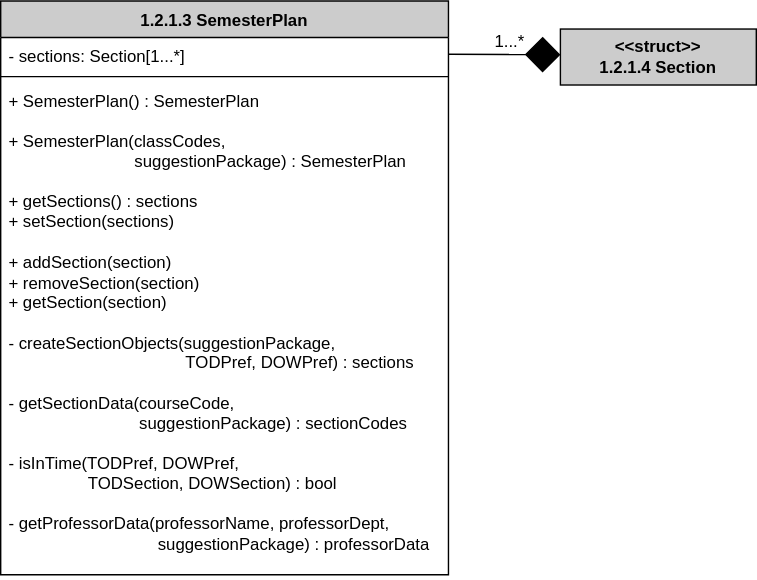
Earlier version of the draw.io export Logic/TeamTwoFiles/1.2.1.4SectionClassDiagram.svg (MckennahPalmer/CSE430). Source tidied: cells renumbered, new cells last; positions are measured from the earlier drawing's top-left corner, leaving out a move shared by most shapes.
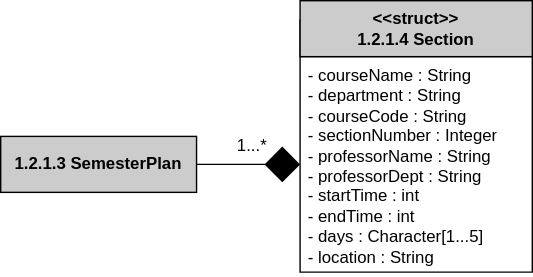
Above is the later version.

Commit message:
Actually fixed broken images.

The edit, as a diff of the source:
```diff
@@ -2,28 +2,23 @@
   <root>
     <mxCell id="0" />
     <mxCell id="1" parent="0" />
-    <mxCell id="2" value="1.2.1.3 SemesterPlan" style="swimlane;fontStyle=1;align=center;verticalAlign=top;horizontal=1;startSize=26;whiteSpace=wrap;html=1;fillColor=#CCCCCC;" parent="1" vertex="1">
-      <mxGeometry width="320" height="410" as="geometry" />
+    <mxCell id="2" value="&lt;b&gt;1.2.1.3 SemesterPlan&lt;/b&gt;" style="rounded=0;whiteSpace=wrap;html=1;fillColor=#CCCCCC;" parent="1" vertex="1">
+      <mxGeometry x="-50" y="493" width="140" height="40" as="geometry" />
     </mxCell>
-    <mxCell id="3" value="- sections: Section[1...*]" style="text;strokeColor=none;fillColor=none;align=left;verticalAlign=top;spacingLeft=4;spacingRight=4;overflow=hidden;points=[[0,0.5],[1,0.5]];portConstraint=eastwest;whiteSpace=wrap;html=1;" parent="2" vertex="1">
-      <mxGeometry y="26" width="320" height="24" as="geometry" />
-    </mxCell>
-    <mxCell id="4" style="line;strokeWidth=1;fillColor=none;align=left;verticalAlign=middle;spacingTop=-1;spacingLeft=3;spacingRight=3;labelPosition=right;strokeColor=inherit;" parent="2" vertex="1">
-      <mxGeometry y="50" width="320" height="8" as="geometry" />
-    </mxCell>
-    <mxCell id="5" value="+ SemesterPlan() : SemesterPlan&lt;br&gt;&lt;br&gt;+ SemesterPlan(classCodes,&lt;br&gt;&lt;span style=&quot;white-space: pre;&quot;&gt;&#9;&lt;/span&gt;&lt;span style=&quot;white-space: pre;&quot;&gt;&#9;&lt;/span&gt;&lt;span style=&quot;white-space: pre;&quot;&gt;&#9;&lt;/span&gt;&amp;nbsp; &amp;nbsp;suggestionPackage) : SemesterPlan&lt;br&gt;&lt;br&gt;+ getSections() : sections&lt;br&gt;+ setSection(sections)&lt;br&gt;&lt;br&gt;+ addSection(section)&lt;br&gt;+ removeSection(section)&lt;br&gt;+ getSection(section)&lt;br&gt;&lt;br&gt;- createSectionObjects(suggestionPackage,&lt;br&gt;&amp;nbsp; &amp;nbsp; &amp;nbsp; &amp;nbsp; &amp;nbsp; &amp;nbsp; &amp;nbsp; &amp;nbsp; &amp;nbsp; &amp;nbsp; &amp;nbsp; &amp;nbsp; &amp;nbsp; &amp;nbsp; &amp;nbsp; &amp;nbsp; &amp;nbsp; &amp;nbsp; &amp;nbsp; TODPref, DOWPref) : sections&lt;br&gt;&lt;br&gt;- getSectionData(courseCode,&lt;br&gt;&amp;nbsp; &amp;nbsp; &amp;nbsp; &amp;nbsp; &amp;nbsp; &amp;nbsp; &amp;nbsp; &amp;nbsp; &amp;nbsp; &amp;nbsp; &amp;nbsp; &amp;nbsp; &amp;nbsp; &amp;nbsp; suggestionPackage) : sectionCodes&lt;br&gt;&lt;br&gt;- isInTime(TODPref, DOWPref,&lt;br&gt;&amp;nbsp; &amp;nbsp; &amp;nbsp; &amp;nbsp; &amp;nbsp; &amp;nbsp; &amp;nbsp; &amp;nbsp; &amp;nbsp;TODSection, DOWSection) : bool&lt;br&gt;&lt;br&gt;- getProfessorData(professorName, professorDept,&lt;br&gt;&amp;nbsp; &amp;nbsp; &amp;nbsp; &amp;nbsp; &amp;nbsp; &amp;nbsp; &amp;nbsp; &amp;nbsp; &amp;nbsp; &amp;nbsp; &amp;nbsp; &amp;nbsp; &amp;nbsp; &amp;nbsp; &amp;nbsp; &amp;nbsp; suggestionPackage) : professorData&lt;div&gt;&lt;br/&gt;&lt;/div&gt;" style="text;strokeColor=none;fillColor=none;align=left;verticalAlign=top;spacingLeft=4;spacingRight=4;overflow=hidden;whiteSpace=wrap;html=1;" parent="2" vertex="1">
-      <mxGeometry y="58" width="320" height="352" as="geometry" />
-    </mxCell>
-    <mxCell id="6" style="endArrow=diamond;html=1;rounded=0;endFill=1;endSize=23;exitX=1;exitY=0.5;exitDx=0;exitDy=0;entryX=0;entryY=0.08;entryDx=0;entryDy=0;entryPerimeter=0;" parent="1" edge="1" source="3">
-      <mxGeometry relative="1" as="geometry">
-        <mxPoint x="400" y="38.3" as="targetPoint" />
-      </mxGeometry>
-    </mxCell>
+    <mxCell id="9" style="endArrow=diamond;html=1;rounded=0;endFill=1;endSize=23;exitX=1;exitY=0.5;exitDx=0;exitDy=0;entryX=0;entryY=0.5;entryDx=0;entryDy=0;" parent="1" edge="1" source="2" target="11">
+      <mxGeometry relative="1" as="geometry" />
+    </mxCell>
     <mxCell id="7" value="1...*" style="text;html=1;align=center;verticalAlign=middle;whiteSpace=wrap;rounded=0;" parent="1" vertex="1">
-      <mxGeometry x="334" y="14" width="60" height="30" as="geometry" />
+      <mxGeometry x="100" y="485" width="60" height="30" as="geometry" />
     </mxCell>
+    <mxCell id="10" value="Classname" style="swimlane;fontStyle=1;align=center;verticalAlign=top;horizontal=1;startSize=26;whiteSpace=wrap;html=1;fillColor=#CCCCCC;" parent="1" vertex="1">
+      <mxGeometry x="164" y="410" width="166" height="180" as="geometry" />
+    </mxCell>
+    <mxCell id="11" value="- courseName : String&lt;br style=&quot;border-color: var(--border-color);&quot;&gt;- department : String&lt;br style=&quot;border-color: var(--border-color);&quot;&gt;- courseCode : String&lt;br style=&quot;border-color: var(--border-color);&quot;&gt;- sectionNumber : Integer&lt;br style=&quot;border-color: var(--border-color);&quot;&gt;- professorName : String&lt;br style=&quot;border-color: var(--border-color);&quot;&gt;- professorDept : String&lt;br style=&quot;border-color: var(--border-color);&quot;&gt;- startTime : int&lt;br style=&quot;border-color: var(--border-color);&quot;&gt;- endTime : int&lt;br style=&quot;border-color: var(--border-color);&quot;&gt;- days : Character[1...5]&lt;br style=&quot;border-color: var(--border-color);&quot;&gt;- location : String" style="text;strokeColor=none;fillColor=none;align=left;verticalAlign=top;spacingLeft=4;spacingRight=4;overflow=hidden;points=[[0,0.5],[1,0.5]];portConstraint=eastwest;whiteSpace=wrap;html=1;" parent="10" vertex="1">
+      <mxGeometry y="26" width="166" height="154" as="geometry" />
+    </mxCell>
-    <mxCell id="8" value="&lt;b&gt;&amp;lt;&amp;lt;struct&amp;gt;&amp;gt;&lt;br&gt;1.2.1.4 Section&lt;/b&gt;" style="rounded=0;whiteSpace=wrap;html=1;fillColor=#CCCCCC;" parent="1" vertex="1">
-      <mxGeometry x="400" y="20" width="140" height="40" as="geometry" />
+    <mxCell id="8" value="&lt;b&gt;&amp;lt;&amp;lt;struct&amp;gt;&amp;gt;&lt;br style=&quot;border-color: var(--border-color);&quot;&gt;1.2.1.4 Section&lt;/b&gt;" style="rounded=0;whiteSpace=wrap;html=1;fillColor=#CCCCCC;" parent="1" vertex="1">
+      <mxGeometry x="164" y="396" width="166" height="40" as="geometry" />
     </mxCell>
   </root>
 </mxGraphModel>
```
